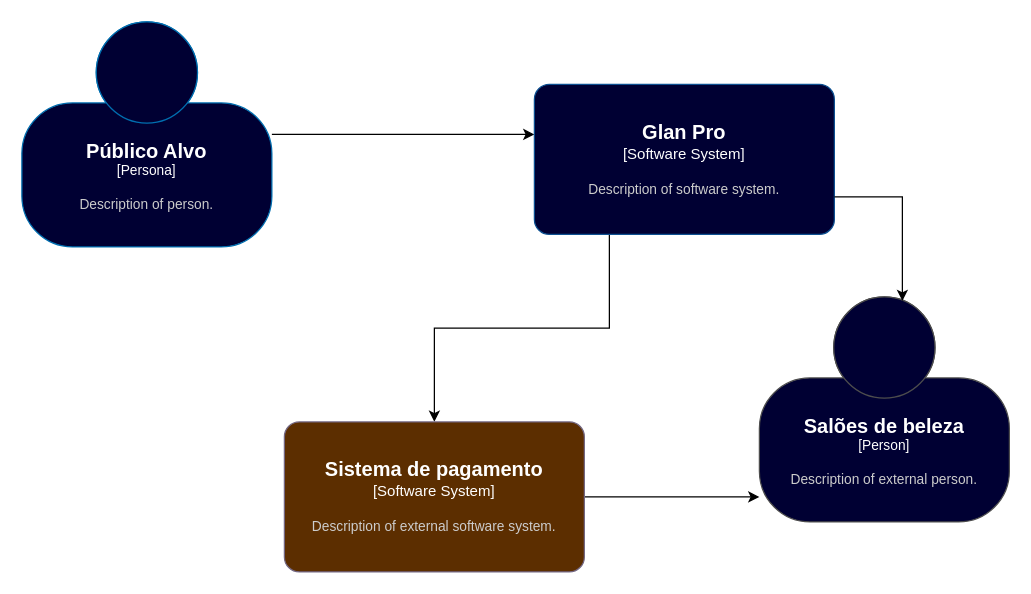
This is Diagrama sem nome.drawio from guiga2305/Controle_de_fluxo_Desafio, a draw.io file, before an edit. Source tidied: cells renumbered, new cells numbered last; positions are measured from the earlier drawing's top-left corner, leaving out a move shared by most shapes. Both pictures are drawn from the tidied source at 125%, with x=0, y=0 at pixel (21, 21).
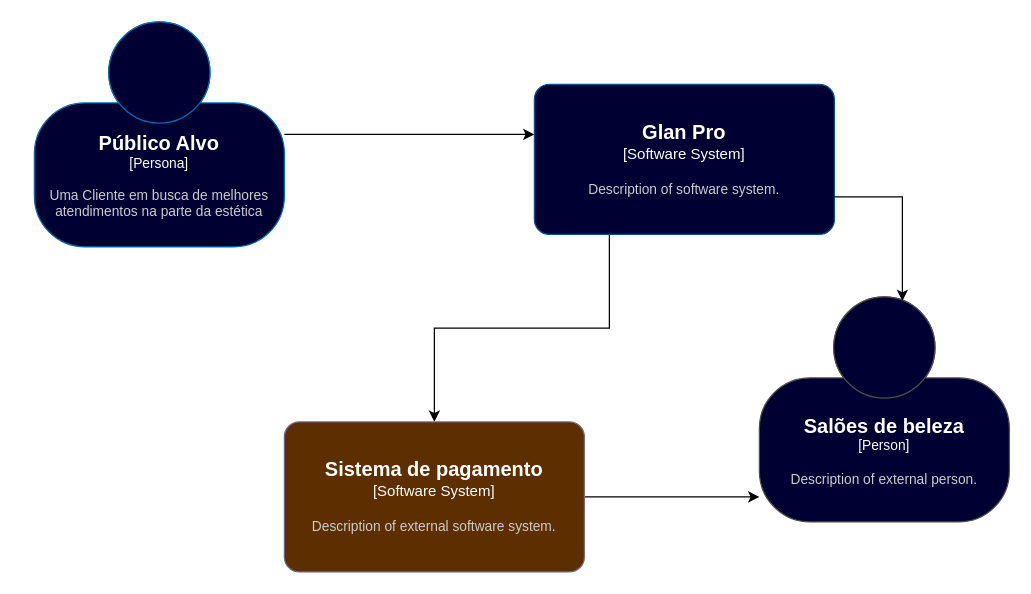
After the change.

Commit message:
Diagrama Arquitetura

The edit, as a diff of the source:
```diff
@@
 <mxGraphModel>
   <root>
     <mxCell id="0" />
     <mxCell id="1" parent="0" />
     <mxCell id="2" style="edgeStyle=orthogonalEdgeStyle;rounded=0;jettySize=auto;html=1;" parent="1" edge="1" source="3" target="5">
       <mxGeometry relative="1" as="geometry">
         <Array as="points">
           <mxPoint x="360" y="90" />
           <mxPoint x="360" y="90" />
         </Array>
       </mxGeometry>
     </mxCell>
-    <object id="3" label="&lt;font style=&quot;font-size: 16px&quot;&gt;&lt;b&gt;%c4Name%&lt;/b&gt;&lt;/font&gt;&lt;div&gt;[%c4Type%]&lt;/div&gt;&lt;br&gt;&lt;div&gt;&lt;font style=&quot;font-size: 11px&quot;&gt;&lt;font color=&quot;#cccccc&quot;&gt;%c4Description%&lt;/font&gt;&lt;/div&gt;" c4Description="Description of person." c4Name="Público Alvo" c4Type="Persona" placeholders="1">
+    <object id="3" label="&lt;font style=&quot;font-size: 16px&quot;&gt;&lt;b&gt;%c4Name%&lt;/b&gt;&lt;/font&gt;&lt;div&gt;[%c4Type%]&lt;/div&gt;&lt;br&gt;&lt;div&gt;&lt;font style=&quot;font-size: 11px&quot;&gt;&lt;font color=&quot;#cccccc&quot;&gt;%c4Description%&lt;/font&gt;&lt;/div&gt;" c4Description="Uma Cliente em busca de melhores atendimentos na parte da estética" c4Name="Público Alvo" c4Type="Persona" placeholders="1">
       <mxCell style="html=1;fontSize=11;dashed=0;whiteSpace=wrap;fillColor=#000033;strokeColor=#006EAF;shape=mxgraph.c4.person2;align=center;points=[[0.5,0,0],[1,0.5,0],[1,0.75,0],[0.75,1,0],[0.5,1,0],[0.25,1,0],[0,0.75,0],[0,0.5,0]];fontColor=#ffffff;fillStyle=auto;" parent="1" vertex="1">
-        <mxGeometry width="200" height="180" as="geometry" />
+        <mxGeometry x="10" width="200" height="180" as="geometry" />
       </mxCell>
     </object>
     <mxCell id="4" style="edgeStyle=orthogonalEdgeStyle;rounded=0;jettySize=auto;html=1;exitX=0.25;exitY=1;exitDx=0;exitDy=0;exitPerimeter=0;" parent="1" edge="1" source="5" target="7">
       <mxGeometry relative="1" as="geometry" />
     </mxCell>
     <object id="5" label="&lt;font style=&quot;font-size: 16px&quot;&gt;&lt;b&gt;%c4Name%&lt;/b&gt;&lt;/font&gt;&lt;div&gt;[%c4Type%]&lt;/div&gt;&lt;br&gt;&lt;div&gt;&lt;font style=&quot;font-size: 11px&quot;&gt;&lt;font color=&quot;#cccccc&quot;&gt;%c4Description%&lt;/font&gt;&lt;/div&gt;" c4Description="Description of software system." c4Name="Glan Pro" c4Type="Software System" placeholders="1">
       <mxCell style="rounded=1;whiteSpace=wrap;html=1;labelBackgroundColor=none;fillColor=#000033;fontColor=#ffffff;align=center;arcSize=10;strokeColor=#0D5091;points=[[0.25,0,0],[0.5,0,0],[0.75,0,0],[1,0.25,0],[1,0.5,0],[1,0.75,0],[0.75,1,0],[0.5,1,0],[0.25,1,0],[0,0.75,0],[0,0.5,0],[0,0.25,0]];" parent="1" vertex="1">
         <mxGeometry x="410" y="50" width="240" height="120" as="geometry" />
       </mxCell>
     </object>
     <mxCell id="6" style="edgeStyle=orthogonalEdgeStyle;rounded=0;jettySize=auto;html=1;" parent="1" edge="1" source="7" target="8">
       <mxGeometry relative="1" as="geometry">
         <Array as="points">
           <mxPoint x="640" y="390" />
           <mxPoint x="640" y="390" />
         </Array>
       </mxGeometry>
     </mxCell>
     <object id="7" label="&lt;font style=&quot;font-size: 16px&quot;&gt;&lt;b&gt;%c4Name%&lt;/b&gt;&lt;/font&gt;&lt;div&gt;[%c4Type%]&lt;/div&gt;&lt;br&gt;&lt;div&gt;&lt;font style=&quot;font-size: 11px&quot;&gt;&lt;font color=&quot;#cccccc&quot;&gt;%c4Description%&lt;/font&gt;&lt;/div&gt;" c4Description="Description of external software system." c4Name="Sistema de pagamento&#10;" c4Type="Software System" placeholders="1">
       <mxCell style="rounded=1;whiteSpace=wrap;html=1;labelBackgroundColor=none;fillColor=#5C2E00;fontColor=#ffffff;align=center;arcSize=10;strokeColor=#736782;points=[[0.25,0,0],[0.5,0,0],[0.75,0,0],[1,0.25,0],[1,0.5,0],[1,0.75,0],[0.75,1,0],[0.5,1,0],[0.25,1,0],[0,0.75,0],[0,0.5,0],[0,0.25,0]];direction=east;" parent="1" vertex="1">
         <mxGeometry x="210" y="320" width="240" height="120" as="geometry" />
       </mxCell>
     </object>
     <object id="8" label="&lt;font style=&quot;font-size: 16px&quot;&gt;&lt;b&gt;%c4Name%&lt;/b&gt;&lt;/font&gt;&lt;div&gt;[%c4Type%]&lt;/div&gt;&lt;br&gt;&lt;div&gt;&lt;font style=&quot;font-size: 11px&quot;&gt;&lt;font color=&quot;#cccccc&quot;&gt;%c4Description%&lt;/font&gt;&lt;/div&gt;" c4Description="Description of external person." c4Name="Salões de beleza" c4Type="Person" placeholders="1">
       <mxCell style="html=1;fontSize=11;dashed=0;whiteSpace=wrap;fillColor=#000033;strokeColor=#4D4D4D;fontColor=#ffffff;shape=mxgraph.c4.person2;align=center;points=[[0.5,0,0],[1,0.5,0],[1,0.75,0],[0.75,1,0],[0.5,1,0],[0.25,1,0],[0,0.75,0],[0,0.5,0]];" parent="1" vertex="1">
         <mxGeometry x="590" y="220" width="200" height="180" as="geometry" />
       </mxCell>
     </object>
     <mxCell id="9" style="edgeStyle=orthogonalEdgeStyle;rounded=0;jettySize=auto;html=1;exitX=1;exitY=0.75;exitDx=0;exitDy=0;exitPerimeter=0;entryX=0.572;entryY=0.018;entryDx=0;entryDy=0;entryPerimeter=0;" parent="1" edge="1" source="5" target="8">
       <mxGeometry relative="1" as="geometry" />
     </mxCell>
   </root>
 </mxGraphModel>
```
